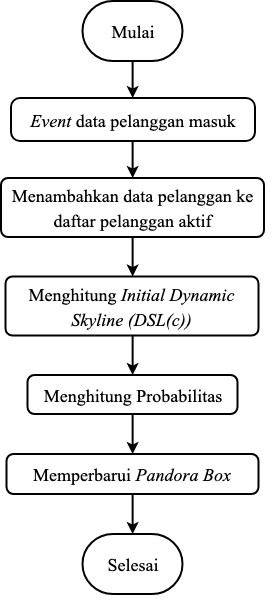
This is buku/assets/img/bab3/flowchart-ci.png from mocatfrio/thesis-code, a draw.io export, as it was before one commit. Source tidied: cells renumbered, new cells last; positions are measured from the earlier drawing's top-left corner, leaving out a move shared by most shapes.
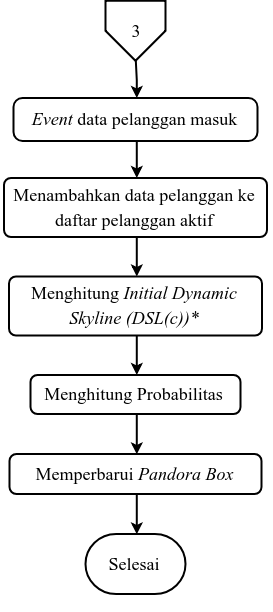
After the change.

Change to the diagram source:
```diff
@@ -8,44 +8,61 @@
     <mxCell id="3" style="group;" parent="2" vertex="1">
       <mxGeometry width="271" height="609.5" as="geometry" />
     </mxCell>
-    <mxCell id="4" value="&lt;font style=&quot;font-size: 18px&quot;&gt;Mulai&lt;/font&gt;&lt;br&gt;" style="strokeWidth=2;html=1;shape=mxgraph.flowchart.terminator;whiteSpace=wrap;fontFamily=Times New Roman;fontSize=31;verticalAlign=top;" parent="3" vertex="1">
-      <mxGeometry x="81.5" width="100" height="60" as="geometry" />
+    <mxCell id="4" style="group;" parent="3" vertex="1">
+      <mxGeometry width="271" height="609.5" as="geometry" />
     </mxCell>
-    <mxCell id="5" value="&lt;span style=&quot;font-size: 18px&quot;&gt;Memperbarui&amp;nbsp;&lt;i&gt;Pandora Box&lt;/i&gt;&lt;/span&gt;&lt;br&gt;" style="rounded=1;whiteSpace=wrap;html=1;absoluteArcSize=1;arcSize=14;strokeWidth=2;fontFamily=Times New Roman;fontSize=21;" parent="3" vertex="1">
-      <mxGeometry x="5.5" y="453" width="252" height="40" as="geometry" />
+    <mxCell id="5" style="group;" parent="4" vertex="1">
+      <mxGeometry width="271" height="609.5" as="geometry" />
     </mxCell>
-    <mxCell id="6" value="&lt;font style=&quot;font-size: 18px&quot;&gt;Selesai&lt;/font&gt;&lt;br&gt;" style="strokeWidth=2;html=1;shape=mxgraph.flowchart.terminator;whiteSpace=wrap;fontFamily=Times New Roman;fontSize=31;verticalAlign=top;" parent="3" vertex="1">
-      <mxGeometry x="81.5" y="533" width="100" height="60" as="geometry" />
+    <mxCell id="6" style="group;" parent="5" vertex="1">
+      <mxGeometry width="271" height="609.5" as="geometry" />
     </mxCell>
-    <mxCell id="7" style="edgeStyle=orthogonalEdgeStyle;rounded=0;jettySize=auto;html=1;entryX=0.5;entryY=0;entryDx=0;entryDy=0;entryPerimeter=0;strokeWidth=2;" parent="3" edge="1" source="5" target="6">
-      <mxGeometry relative="1" as="geometry" />
+    <mxCell id="7" value="&lt;span style=&quot;font-size: 18px&quot;&gt;Memperbarui&amp;nbsp;&lt;i&gt;Pandora Box&lt;/i&gt;&lt;/span&gt;&lt;br&gt;" style="rounded=1;whiteSpace=wrap;html=1;absoluteArcSize=1;arcSize=14;strokeWidth=2;fontFamily=Times New Roman;fontSize=21;" parent="6" vertex="1">
+      <mxGeometry x="9.5" y="453" width="252" height="40" as="geometry" />
     </mxCell>
-    <mxCell id="8" value="&lt;span style=&quot;font-size: 18px&quot;&gt;&lt;i&gt;Event &lt;/i&gt;data pelanggan masuk&lt;/span&gt;" style="rounded=1;whiteSpace=wrap;html=1;absoluteArcSize=1;arcSize=18;strokeWidth=2;fontFamily=Times New Roman;fontSize=21;" parent="3" vertex="1">
-      <mxGeometry x="10" y="97" width="244" height="43" as="geometry" />
+    <mxCell id="8" value="&lt;font style=&quot;font-size: 18px&quot;&gt;Selesai&lt;/font&gt;&lt;br&gt;" style="strokeWidth=2;html=1;shape=mxgraph.flowchart.terminator;whiteSpace=wrap;fontFamily=Times New Roman;fontSize=31;verticalAlign=top;" parent="6" vertex="1">
+      <mxGeometry x="85.5" y="533" width="100" height="60" as="geometry" />
     </mxCell>
-    <mxCell id="9" style="edgeStyle=orthogonalEdgeStyle;rounded=0;jettySize=auto;html=1;strokeWidth=2;" parent="3" edge="1" source="4" target="8">
+    <mxCell id="9" style="edgeStyle=orthogonalEdgeStyle;rounded=0;jettySize=auto;html=1;entryX=0.5;entryY=0;entryDx=0;entryDy=0;entryPerimeter=0;strokeWidth=2;" parent="6" edge="1" source="7" target="8">
       <mxGeometry relative="1" as="geometry" />
     </mxCell>
-    <mxCell id="10" value="&lt;span style=&quot;font-size: 18px&quot;&gt;Menambahkan data pelanggan ke daftar pelanggan aktif&lt;/span&gt;" style="rounded=1;whiteSpace=wrap;html=1;absoluteArcSize=1;arcSize=14;strokeWidth=2;fontFamily=Times New Roman;fontSize=21;" parent="3" vertex="1">
-      <mxGeometry y="177" width="263" height="59" as="geometry" />
+    <mxCell id="10" value="&lt;span style=&quot;font-size: 18px&quot;&gt;&lt;i&gt;Event &lt;/i&gt;data pelanggan masuk&lt;/span&gt;" style="rounded=1;whiteSpace=wrap;html=1;absoluteArcSize=1;arcSize=18;strokeWidth=2;fontFamily=Times New Roman;fontSize=21;" parent="6" vertex="1">
+      <mxGeometry x="13.5" y="97" width="244" height="43" as="geometry" />
     </mxCell>
-    <mxCell id="11" style="edgeStyle=orthogonalEdgeStyle;rounded=0;jettySize=auto;html=1;strokeWidth=2;" parent="3" edge="1" source="8" target="10">
-      <mxGeometry relative="1" as="geometry" />
+    <mxCell id="11" style="edgeStyle=orthogonalEdgeStyle;rounded=0;jettySize=auto;html=1;strokeWidth=2;" parent="6" edge="1" target="10">
+      <mxGeometry relative="1" as="geometry">
+        <mxPoint x="135.8" y="60" as="sourcePoint" />
+      </mxGeometry>
     </mxCell>
-    <mxCell id="12" value="&lt;span style=&quot;font-size: 18px&quot;&gt;Menghitung&amp;nbsp;&lt;i&gt;Initial Dynamic Skyline (DSL(c))&lt;/i&gt;&lt;/span&gt;" style="rounded=1;whiteSpace=wrap;html=1;absoluteArcSize=1;arcSize=14;strokeWidth=2;fontFamily=Times New Roman;fontSize=21;" parent="3" vertex="1">
-      <mxGeometry x="4.5" y="275.5" width="253" height="59" as="geometry" />
+    <mxCell id="12" value="&lt;span style=&quot;font-size: 18px&quot;&gt;Menambahkan data pelanggan ke daftar pelanggan aktif&lt;/span&gt;" style="rounded=1;whiteSpace=wrap;html=1;absoluteArcSize=1;arcSize=14;strokeWidth=2;fontFamily=Times New Roman;fontSize=21;" parent="6" vertex="1">
+      <mxGeometry x="4" y="177" width="263" height="59" as="geometry" />
     </mxCell>
-    <mxCell id="13" style="edgeStyle=orthogonalEdgeStyle;rounded=0;jettySize=auto;html=1;strokeWidth=2;" parent="3" edge="1" source="10" target="12">
+    <mxCell id="13" style="edgeStyle=orthogonalEdgeStyle;rounded=0;jettySize=auto;html=1;strokeWidth=2;" parent="6" edge="1" source="10" target="12">
       <mxGeometry relative="1" as="geometry" />
     </mxCell>
-    <mxCell id="14" style="edgeStyle=orthogonalEdgeStyle;rounded=0;jettySize=auto;html=1;entryX=0.5;entryY=0;entryDx=0;entryDy=0;strokeWidth=2;" parent="3" edge="1" source="15" target="5">
-      <mxGeometry relative="1" as="geometry" />
+    <mxCell id="14" value="&lt;span style=&quot;font-size: 18px&quot;&gt;Menghitung&amp;nbsp;&lt;i&gt;Initial Dynamic Skyline (DSL(c))*&lt;/i&gt;&lt;/span&gt;" style="rounded=1;whiteSpace=wrap;html=1;absoluteArcSize=1;arcSize=14;strokeWidth=2;fontFamily=Times New Roman;fontSize=21;" parent="6" vertex="1">
+      <mxGeometry x="9" y="275.5" width="253" height="59" as="geometry" />
     </mxCell>
-    <mxCell id="15" value="&lt;span style=&quot;font-size: 18px&quot;&gt;Menghitung&amp;nbsp;Probabilitas&lt;/span&gt;" style="rounded=1;whiteSpace=wrap;html=1;absoluteArcSize=1;arcSize=14;strokeWidth=2;fontFamily=Times New Roman;fontSize=21;" parent="3" vertex="1">
-      <mxGeometry x="26.5" y="374" width="210" height="39" as="geometry" />
+    <mxCell id="15" style="edgeStyle=orthogonalEdgeStyle;rounded=0;jettySize=auto;html=1;strokeWidth=2;" parent="6" edge="1" source="12" target="14">
+      <mxGeometry relative="1" as="geometry" />
     </mxCell>
-    <mxCell id="16" style="edgeStyle=orthogonalEdgeStyle;rounded=0;jettySize=auto;html=1;strokeWidth=2;" parent="3" edge="1" source="12" target="15">
+    <mxCell id="16" style="edgeStyle=orthogonalEdgeStyle;rounded=0;jettySize=auto;html=1;entryX=0.5;entryY=0;entryDx=0;entryDy=0;strokeWidth=2;" parent="6" edge="1" source="17" target="7">
       <mxGeometry relative="1" as="geometry" />
     </mxCell>
+    <mxCell id="17" value="&lt;span style=&quot;font-size: 18px&quot;&gt;Menghitung&amp;nbsp;Probabilitas&lt;/span&gt;" style="rounded=1;whiteSpace=wrap;html=1;absoluteArcSize=1;arcSize=14;strokeWidth=2;fontFamily=Times New Roman;fontSize=21;" parent="6" vertex="1">
+      <mxGeometry x="30.5" y="374" width="210" height="39" as="geometry" />
+    </mxCell>
+    <mxCell id="18" style="edgeStyle=orthogonalEdgeStyle;rounded=0;jettySize=auto;html=1;strokeWidth=2;" parent="6" edge="1" source="14" target="17">
+      <mxGeometry relative="1" as="geometry" />
+    </mxCell>
+    <mxCell id="19" style="group;" parent="6" vertex="1">
+      <mxGeometry x="105.5" y="-0.2" width="60" height="60" as="geometry" />
+    </mxCell>
+    <mxCell id="20" style="verticalLabelPosition=bottom;verticalAlign=top;html=1;strokeWidth=2;shape=offPageConnector;rounded=0;size=0.5;fillColor=#ffffff;" parent="19" vertex="1">
+      <mxGeometry width="60" height="60" as="geometry" />
+    </mxCell>
+    <mxCell id="21" value="&lt;font face=&quot;Times New Roman&quot; style=&quot;font-size: 18px&quot;&gt;3&lt;/font&gt;" style="text;html=1;strokeColor=none;fillColor=none;align=center;verticalAlign=middle;whiteSpace=wrap;rounded=0;" parent="19" vertex="1">
+      <mxGeometry x="10" y="20" width="40" height="20" as="geometry" />
+    </mxCell>
   </root>
 </mxGraphModel>
```
